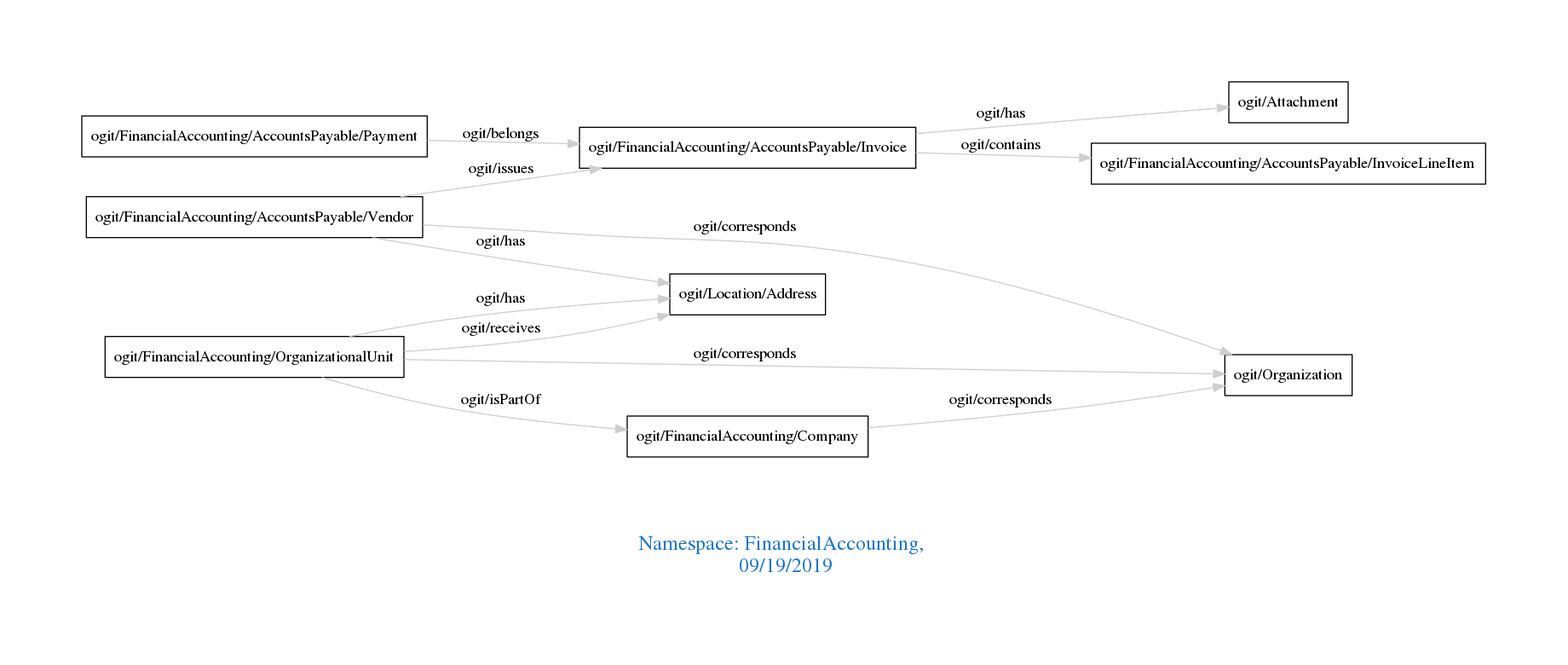
arago/OGIT keeps this Graphviz diagram as downloads/FinancialAccounting.png. Above is the earlier version. Its source is kept beside it as downloads/FinancialAccounting.dot. Its diagram source:
```dot
digraph OGIT_ontology {
 graph [ rankdir= LR,pad=1
fontsize = 18,
fontcolor= dodgerblue3,label = "\n\n\nNamespace: FinancialAccounting, \n 09/19/2019"];
node[shape=polygon];
edge [  color="gray81"];

   "ogit/FinancialAccounting/AccountsPayable/Invoice" -> "ogit/FinancialAccounting/AccountsPayable/InvoiceLineItem" [label="   ogit/contains    "];
   "ogit/FinancialAccounting/AccountsPayable/Vendor" -> "ogit/Organization" [label="   ogit/corresponds    "];
   "ogit/FinancialAccounting/Company" -> "ogit/Organization" [label="   ogit/corresponds    "];
   "ogit/FinancialAccounting/OrganizationalUnit" -> "ogit/Organization" [label="   ogit/corresponds    "];
   "ogit/FinancialAccounting/AccountsPayable/Vendor" -> "ogit/FinancialAccounting/AccountsPayable/Invoice" [label="   ogit/issues    "];
   "ogit/FinancialAccounting/AccountsPayable/Payment" -> "ogit/FinancialAccounting/AccountsPayable/Invoice" [label="   ogit/belongs    "];
   "ogit/FinancialAccounting/OrganizationalUnit" -> "ogit/Location/Address" [label="   ogit/receives    "];
   "ogit/FinancialAccounting/AccountsPayable/Invoice" -> "ogit/Attachment" [label="   ogit/has    "];
   "ogit/FinancialAccounting/AccountsPayable/Vendor" -> "ogit/Location/Address" [label="   ogit/has    "];
   "ogit/FinancialAccounting/OrganizationalUnit" -> "ogit/Location/Address" [label="   ogit/has    "];
   "ogit/FinancialAccounting/OrganizationalUnit" -> "ogit/FinancialAccounting/Company" [label="   ogit/isPartOf    "];
}
```
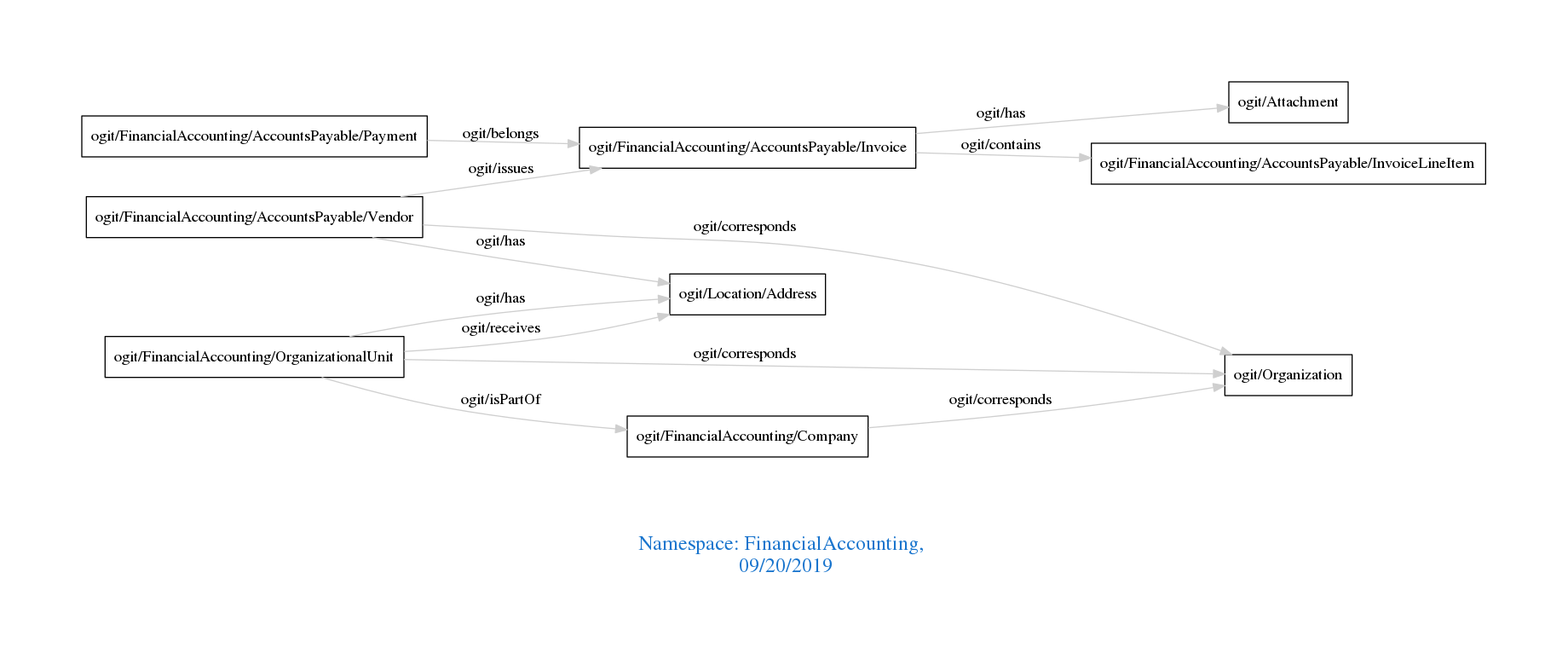
Above is the later version.

The edit, as a diff of the source:
```diff
@@ -1,7 +1,7 @@
 digraph OGIT_ontology {
  graph [ rankdir= LR,pad=1
 fontsize = 18,
-fontcolor= dodgerblue3,label = "\n\n\nNamespace: FinancialAccounting, \n 09/19/2019"];
+fontcolor= dodgerblue3,label = "\n\n\nNamespace: FinancialAccounting, \n 09/20/2019"];
 node[shape=polygon];
 edge [  color="gray81"];
 
```
